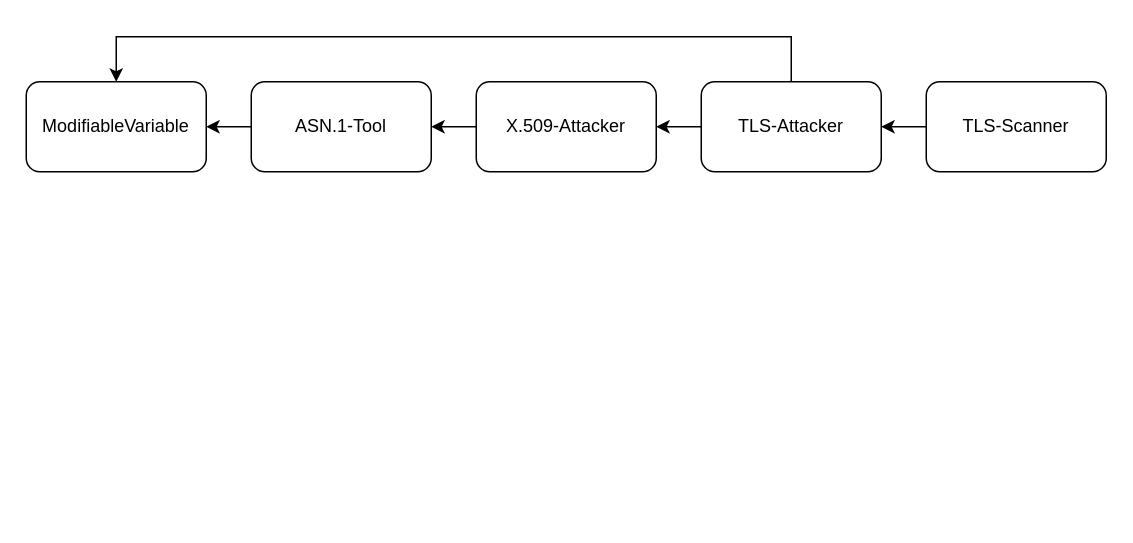
Earlier version of the draw.io diagram resources/TLS-Attacker.drawio (tls-attacker/TLS-Attacker-Description). Source tidied: cells renumbered, new cells numbered last; positions are measured from the earlier drawing's top-left corner, leaving out a move shared by most shapes. Both pictures are drawn from the tidied source at 150%, with x=0, y=0 at pixel (26, 36).
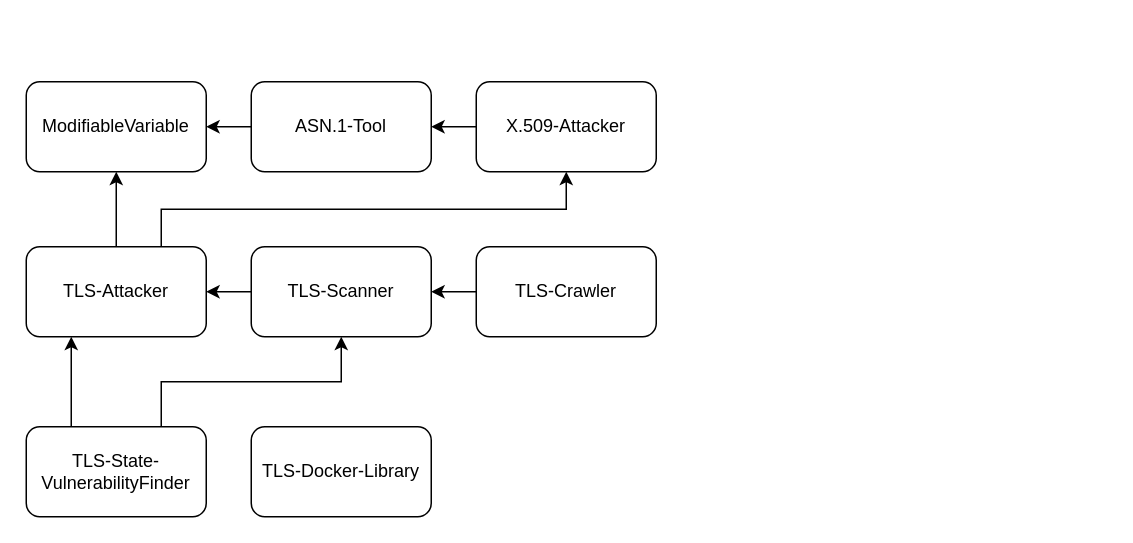
The same diagram, later.

Commit message (it also covers changes not shown here):
Added description for TLS-Crawler and TLS-State-VulnerabilityFinder

Change to the diagram source:
```diff
@@
 <mxGraphModel>
   <root>
     <mxCell id="0" />
     <mxCell id="1" parent="0" />
     <mxCell id="2" value="ModifiableVariable" style="rounded=1;whiteSpace=wrap;html=1;" parent="1" vertex="1">
       <mxGeometry y="30" width="120" height="60" as="geometry" />
     </mxCell>
     <mxCell id="3" value="ASN.1-Tool" style="rounded=1;whiteSpace=wrap;html=1;" parent="1" vertex="1">
       <mxGeometry x="150" y="30" width="120" height="60" as="geometry" />
     </mxCell>
     <mxCell id="4" value="X.509-Attacker" style="rounded=1;whiteSpace=wrap;html=1;" parent="1" vertex="1">
       <mxGeometry x="300" y="30" width="120" height="60" as="geometry" />
     </mxCell>
+    <mxCell id="11" style="edgeStyle=orthogonalEdgeStyle;rounded=0;jettySize=auto;html=1;exitX=0.5;exitY=0;exitDx=0;exitDy=0;entryX=0.5;entryY=1;entryDx=0;entryDy=0;" parent="1" edge="1" source="5" target="2">
+      <mxGeometry relative="1" as="geometry" />
+    </mxCell>
+    <mxCell id="9" style="edgeStyle=orthogonalEdgeStyle;rounded=0;jettySize=auto;html=1;exitX=0.75;exitY=0;exitDx=0;exitDy=0;entryX=0.5;entryY=1;entryDx=0;entryDy=0;" parent="1" edge="1" source="5" target="4">
+      <mxGeometry relative="1" as="geometry" />
+    </mxCell>
     <mxCell id="5" value="TLS-Attacker" style="rounded=1;whiteSpace=wrap;html=1;" parent="1" vertex="1">
-      <mxGeometry x="450" y="30" width="120" height="60" as="geometry" />
+      <mxGeometry y="140" width="120" height="60" as="geometry" />
     </mxCell>
+    <mxCell id="10" style="edgeStyle=orthogonalEdgeStyle;rounded=0;jettySize=auto;html=1;exitX=0;exitY=0.5;exitDx=0;exitDy=0;entryX=1;entryY=0.5;entryDx=0;entryDy=0;" parent="1" edge="1" source="6" target="5">
+      <mxGeometry relative="1" as="geometry" />
+    </mxCell>
     <mxCell id="6" value="TLS-Scanner" style="rounded=1;whiteSpace=wrap;html=1;" parent="1" vertex="1">
-      <mxGeometry x="600" y="30" width="120" height="60" as="geometry" />
+      <mxGeometry x="150" y="140" width="120" height="60" as="geometry" />
     </mxCell>
     <mxCell id="7" style="endArrow=classic;html=1;entryX=1;entryY=0.5;entryDx=0;entryDy=0;exitX=0;exitY=0.5;exitDx=0;exitDy=0;" parent="1" edge="1" source="3" target="2">
       <mxGeometry relative="1" as="geometry" />
     </mxCell>
     <mxCell id="8" style="endArrow=classic;html=1;exitX=0;exitY=0.5;exitDx=0;exitDy=0;entryX=1;entryY=0.5;entryDx=0;entryDy=0;" parent="1" edge="1" source="4" target="3">
       <mxGeometry relative="1" as="geometry" />
     </mxCell>
-    <mxCell id="9" style="endArrow=classic;html=1;exitX=0;exitY=0.5;exitDx=0;exitDy=0;entryX=1;entryY=0.5;entryDx=0;entryDy=0;" parent="1" edge="1" source="5" target="4">
-      <mxGeometry relative="1" as="geometry" />
-    </mxCell>
-    <mxCell id="10" style="endArrow=classic;html=1;entryX=1;entryY=0.5;entryDx=0;entryDy=0;exitX=0;exitY=0.5;exitDx=0;exitDy=0;" parent="1" edge="1" source="6" target="5">
-      <mxGeometry relative="1" as="geometry" />
-    </mxCell>
-    <mxCell id="11" style="endArrow=classic;html=1;entryX=0.5;entryY=0;entryDx=0;entryDy=0;exitX=0.5;exitY=0;exitDx=0;exitDy=0;rounded=0;" parent="1" edge="1" source="5" target="2">
-      <mxGeometry relative="1" as="geometry">
-        <Array as="points">
-          <mxPoint x="510" />
-          <mxPoint x="390" />
-          <mxPoint x="60" />
-        </Array>
-      </mxGeometry>
-    </mxCell>
+    <mxCell id="12" style="edgeStyle=orthogonalEdgeStyle;rounded=0;jettySize=auto;html=1;exitX=0;exitY=0.5;exitDx=0;exitDy=0;entryX=1;entryY=0.5;entryDx=0;entryDy=0;" parent="1" edge="1" source="13" target="6">
+      <mxGeometry relative="1" as="geometry" />
+    </mxCell>
+    <mxCell id="13" value="TLS-Crawler" style="rounded=1;whiteSpace=wrap;html=1;" parent="1" vertex="1">
+      <mxGeometry x="300" y="140" width="120" height="60" as="geometry" />
+    </mxCell>
+    <mxCell id="14" style="edgeStyle=orthogonalEdgeStyle;rounded=0;jettySize=auto;html=1;exitX=0.75;exitY=0;exitDx=0;exitDy=0;entryX=0.5;entryY=1;entryDx=0;entryDy=0;" parent="1" edge="1" source="16" target="6">
+      <mxGeometry relative="1" as="geometry" />
+    </mxCell>
+    <mxCell id="15" style="edgeStyle=orthogonalEdgeStyle;rounded=0;jettySize=auto;html=1;exitX=0.25;exitY=0;exitDx=0;exitDy=0;entryX=0.25;entryY=1;entryDx=0;entryDy=0;" parent="1" edge="1" source="16" target="5">
+      <mxGeometry relative="1" as="geometry" />
+    </mxCell>
+    <mxCell id="16" value="TLS-State-VulnerabilityFinder" style="rounded=1;whiteSpace=wrap;html=1;" parent="1" vertex="1">
+      <mxGeometry y="260" width="120" height="60" as="geometry" />
+    </mxCell>
+    <mxCell id="17" value="TLS-Docker-Library" style="rounded=1;whiteSpace=wrap;html=1;" parent="1" vertex="1">
+      <mxGeometry x="150" y="260" width="120" height="60" as="geometry" />
+    </mxCell>
   </root>
 </mxGraphModel>
```
